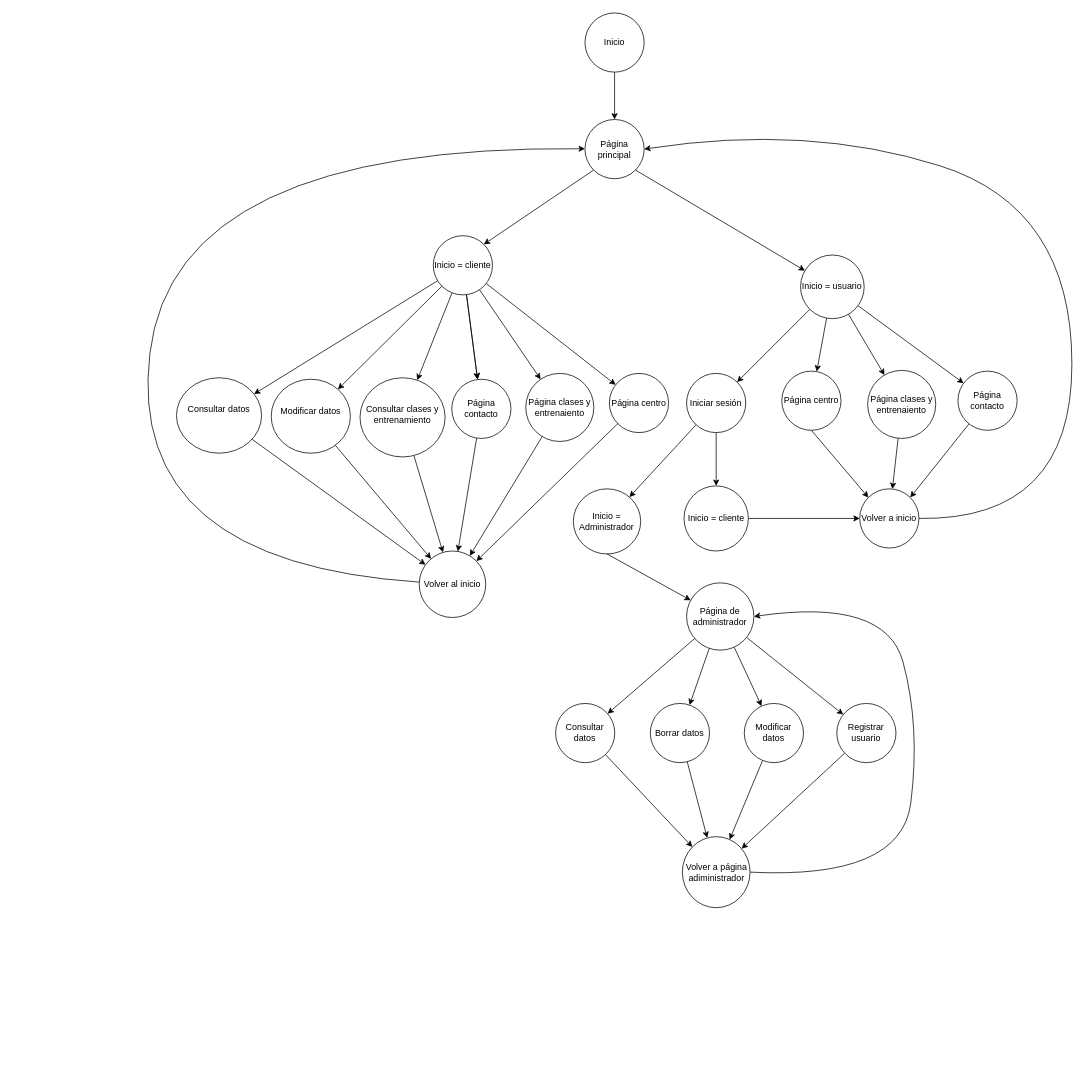
Before: Diagrama de flujo (David).drawio in CatanduYago/MazaoGym, a draw.io diagram. Source tidied: cells renumbered, new cells numbered last; positions are measured from the earlier drawing's top-left corner, leaving out a move shared by most shapes. Both pictures are drawn from the tidied source at 74%, with x=0, y=0 at pixel (125, 13).
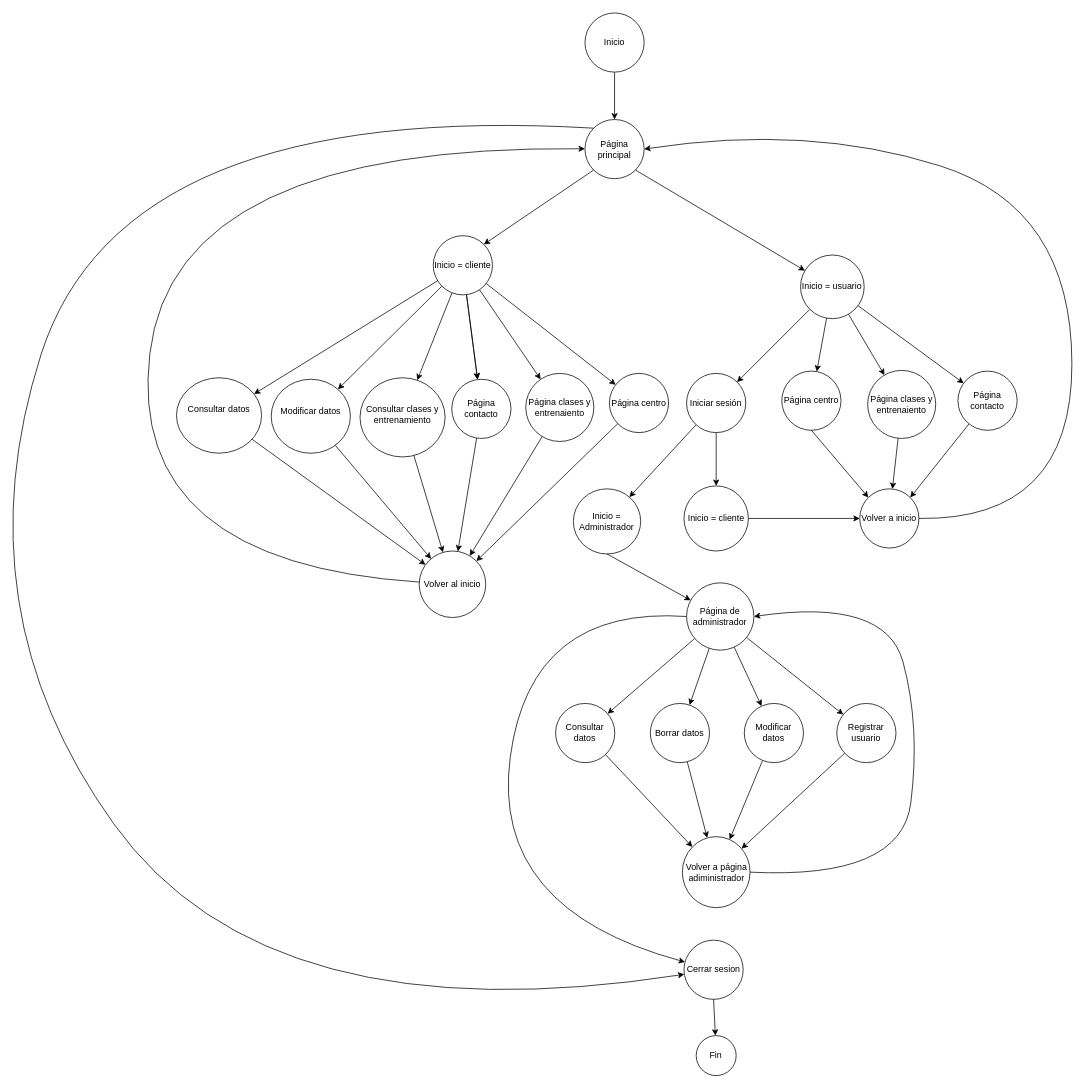
The same diagram, later.

The change refers to these unchanged cells:
```xml
<mxCell id="22" value="Página de administrador" style="ellipse;whiteSpace=wrap;html=1;" parent="1" vertex="1">
  <mxGeometry x="758.3" y="770.1" width="91" height="91" as="geometry" />
</mxCell>
<mxCell id="36" value="Página principal" style="ellipse;whiteSpace=wrap;html=1;" parent="1" vertex="1">
  <mxGeometry x="621" y="144" width="80" height="80" as="geometry" />
</mxCell>
```

The edit, as a diff of the source:
```diff
@@
+    <mxCell id="64" style="curved=1;endArrow=classic;html=1;exitX=0;exitY=0;exitDx=0;exitDy=0;" parent="1" edge="1" source="36" target="65">
+      <mxGeometry relative="1" as="geometry">
+        <Array as="points">
+          <mxPoint x="-4" y="118" />
+          <mxPoint x="-224" y="805" />
+          <mxPoint x="192" y="1386" />
+        </Array>
+      </mxGeometry>
+    </mxCell>
+    <mxCell id="65" value="Cerrar sesion" style="ellipse;whiteSpace=wrap;html=1;" parent="1" vertex="1">
+      <mxGeometry x="754.8" y="1253" width="80" height="80" as="geometry" />
+    </mxCell>
+    <mxCell id="66" style="curved=1;endArrow=classic;html=1;exitX=0;exitY=0.5;exitDx=0;exitDy=0;" parent="1" edge="1" source="22" target="65">
+      <mxGeometry relative="1" as="geometry">
+        <Array as="points">
+          <mxPoint x="547" y="801" />
+          <mxPoint x="493" y="1211" />
+        </Array>
+      </mxGeometry>
+    </mxCell>
+    <mxCell id="67" style="endArrow=classic;html=1;exitX=0.5;exitY=1;exitDx=0;exitDy=0;" parent="1" edge="1" source="65" target="68">
+      <mxGeometry relative="1" as="geometry" />
+    </mxCell>
+    <mxCell id="68" value="Fin" style="ellipse;whiteSpace=wrap;html=1;" parent="1" vertex="1">
+      <mxGeometry x="771.3" y="1382" width="54" height="54" as="geometry" />
+    </mxCell>
```
